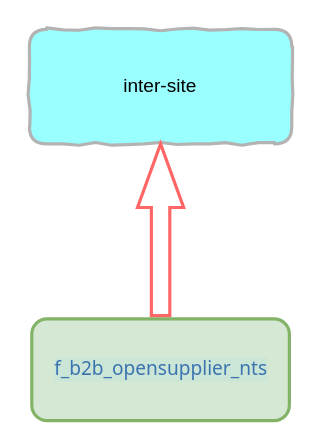
Above: 国际分销.drawio in cy22-y/qunar (draw.io), before the change. Source tidied: cells renumbered, new cells numbered last; positions are measured from the earlier drawing's top-left corner, leaving out a move shared by most shapes. Both pictures are drawn from the tidied source at 159%, with x=0, y=0 at pixel (29, 29).
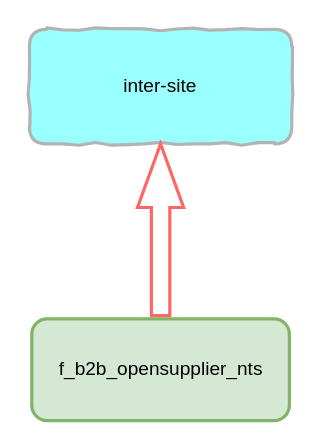
The same diagram, later.

Commit message:
更新国际分销.drawio

Change to the diagram source:
```diff
@@
 <mxGraphModel>
   <root>
     <mxCell id="0" />
     <mxCell id="1" parent="0" />
     <mxCell id="2" value="inter-site" style="rounded=1;whiteSpace=wrap;html=1;strokeWidth=2;strokeColor=#B3B3B3;fillColor=#99FFFF;comic=1;" parent="1" vertex="1">
       <mxGeometry width="165" height="72" as="geometry" />
     </mxCell>
     <mxCell id="3" style="html=1;shadow=0;dashed=0;align=center;verticalAlign=middle;shape=mxgraph.arrows2.arrow;dy=0.6;dx=40;direction=north;notch=0;strokeColor=#FF6666;strokeWidth=2;" parent="1" vertex="1">
       <mxGeometry x="68" y="72" width="29" height="108" as="geometry" />
     </mxCell>
-    <mxCell id="4" value="&lt;a class=&quot;git-href hint--top-right&quot; href=&quot;http://gitlab.corp.qunar.com/flight-pifa/f_b2b_opensupplier_nts&quot; target=&quot;_blank&quot; style=&quot;color: rgb(59, 115, 175); text-decoration-line: none; outline: none 0px; position: relative; display: inline-block; box-sizing: border-box; font-family: tahoma, arial, &amp;quot;Hiragino Sans GB&amp;quot;, simsun, sans-serif; text-align: left; background-color: rgba(170, 221, 221, 0.25);&quot;&gt;f_b2b_opensupplier_nts&lt;/a&gt;" style="rounded=1;whiteSpace=wrap;html=1;strokeColor=#82b366;strokeWidth=2;fillColor=#d5e8d4;" parent="1" vertex="1">
+    <mxCell id="4" value="f_b2b_opensupplier_nts" style="rounded=1;whiteSpace=wrap;html=1;strokeColor=#82b366;strokeWidth=2;fillColor=#d5e8d4;" parent="1" vertex="1">
       <mxGeometry x="1.5" y="182" width="162" height="64" as="geometry" />
     </mxCell>
   </root>
 </mxGraphModel>
```
